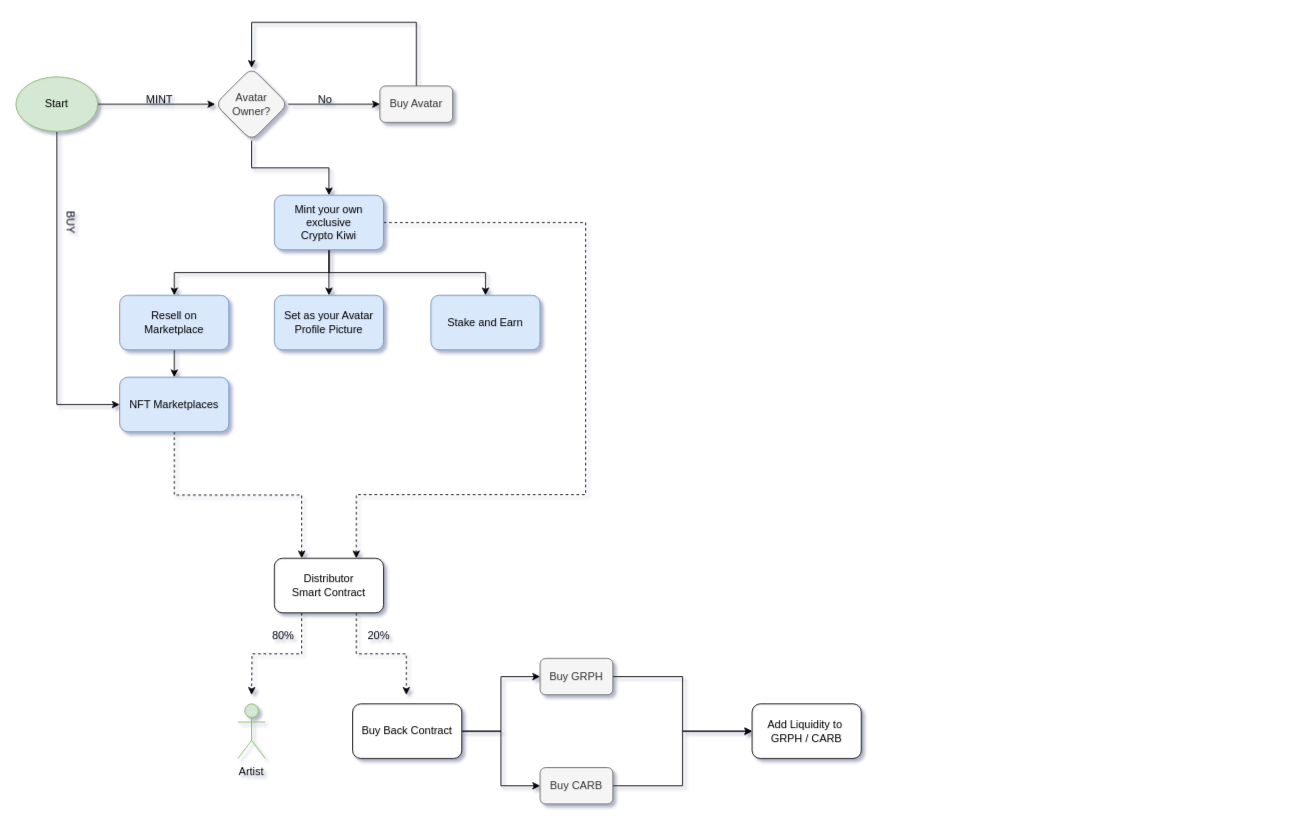
The draw.io diagram CryptoKiwis.drawio in Carbon-Labs/Diagrams, before the edit. Source tidied: cells renumbered, new cells numbered last; positions are measured from the earlier drawing's top-left corner, leaving out a move shared by most shapes. Both pictures are drawn from the tidied source at 91%, with x=0, y=0 at pixel (15, 22). Pictures stored in the file or linked from it are replaced by grey dashed boxes.
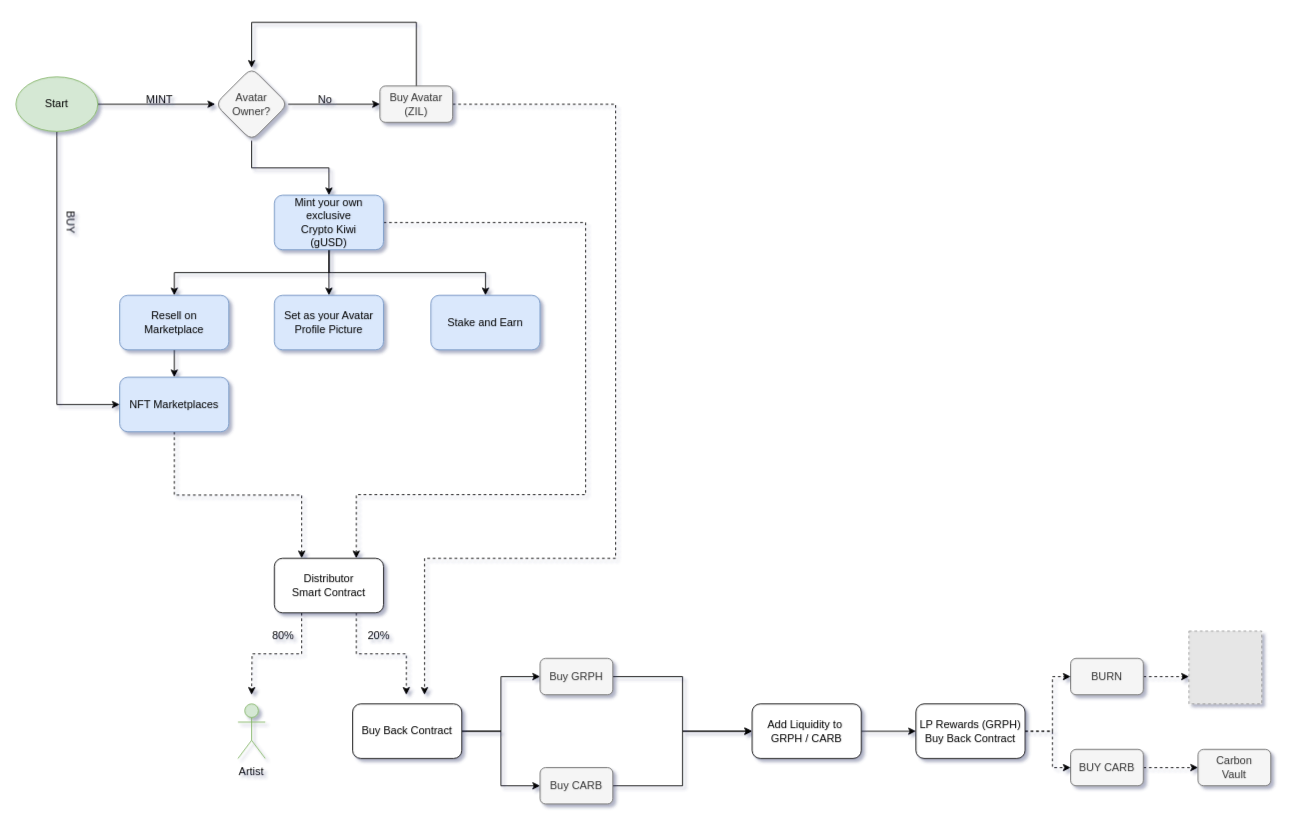
After the change.

Unchanged cells that the change refers to:
```xml
<mxCell id="38" value="Add Liquidity to&amp;nbsp;&lt;br&gt;GRPH / CARB" style="rounded=1;whiteSpace=wrap;html=1;" parent="1" vertex="1">
  <mxGeometry x="809" y="749" width="120" height="60" as="geometry" />
</mxCell>
```

The edit, as a diff of the source:
```diff
@@
+    <mxCell id="39" style="edgeStyle=orthogonalEdgeStyle;rounded=0;jettySize=auto;html=1;exitX=1;exitY=0.5;exitDx=0;exitDy=0;dashed=1;" parent="1" edge="1" source="6">
+      <mxGeometry relative="1" as="geometry">
+        <mxPoint x="449" y="739" as="targetPoint" />
+        <Array as="points">
+          <mxPoint x="659" y="90" />
+          <mxPoint x="659" y="589" />
+          <mxPoint x="449" y="589" />
+        </Array>
+      </mxGeometry>
+    </mxCell>
-    <mxCell id="6" value="Buy Avatar" style="rounded=1;whiteSpace=wrap;html=1;glass=0;fillColor=#f5f5f5;fontColor=#333333;strokeColor=#666666;" parent="1" vertex="1">
+    <mxCell id="6" value="Buy Avatar&lt;br&gt;(ZIL)" style="rounded=1;whiteSpace=wrap;html=1;glass=0;fillColor=#f5f5f5;fontColor=#333333;strokeColor=#666666;" parent="1" vertex="1">
       <mxGeometry x="400" y="70" width="80" height="40" as="geometry" />
     </mxCell>
@@
-    <mxCell id="15" value="Mint your own exclusive&lt;br&gt;Crypto Kiwi" style="rounded=1;whiteSpace=wrap;html=1;verticalAlign=middle;fillColor=#dae8fc;strokeColor=#6c8ebf;" parent="1" vertex="1">
+    <mxCell id="15" value="Mint your own exclusive&lt;br&gt;Crypto Kiwi&lt;br&gt;(gUSD)" style="rounded=1;whiteSpace=wrap;html=1;verticalAlign=middle;fillColor=#dae8fc;strokeColor=#6c8ebf;" parent="1" vertex="1">
       <mxGeometry x="284" y="190" width="120" height="60" as="geometry" />
     </mxCell>
@@
+    <mxCell id="40" style="edgeStyle=orthogonalEdgeStyle;rounded=0;jettySize=auto;html=1;exitX=1;exitY=0.5;exitDx=0;exitDy=0;entryX=0;entryY=0.5;entryDx=0;entryDy=0;" parent="1" edge="1" source="38" target="42">
+      <mxGeometry relative="1" as="geometry" />
+    </mxCell>
@@
+    <mxCell id="41" style="edgeStyle=orthogonalEdgeStyle;rounded=0;jettySize=auto;html=1;exitX=1;exitY=0.5;exitDx=0;exitDy=0;entryX=0;entryY=0.5;entryDx=0;entryDy=0;dashed=1;" parent="1" edge="1" source="42" target="48">
+      <mxGeometry relative="1" as="geometry">
+        <Array as="points">
+          <mxPoint x="1139" y="779" />
+          <mxPoint x="1139" y="819" />
+        </Array>
+      </mxGeometry>
+    </mxCell>
+    <mxCell id="42" value="LP Rewards (GRPH)&lt;br&gt;Buy Back Contract" style="rounded=1;whiteSpace=wrap;html=1;" parent="1" vertex="1">
+      <mxGeometry x="989" y="749" width="120" height="60" as="geometry" />
+    </mxCell>
+    <mxCell id="43" style="edgeStyle=orthogonalEdgeStyle;rounded=0;orthogonalLoop=1;jettySize=auto;html=1;exitX=1;exitY=0.5;exitDx=0;exitDy=0;entryX=0;entryY=0.5;entryDx=0;entryDy=0;dashed=1;" parent="1" edge="1">
+      <mxGeometry relative="1" as="geometry">
+        <mxPoint x="1109" y="779" as="sourcePoint" />
+        <mxPoint x="1159" y="719" as="targetPoint" />
+        <Array as="points">
+          <mxPoint x="1139" y="779" />
+          <mxPoint x="1139" y="719" />
+        </Array>
+      </mxGeometry>
+    </mxCell>
+    <mxCell id="44" style="edgeStyle=orthogonalEdgeStyle;rounded=0;jettySize=auto;html=1;exitX=1;exitY=0.5;exitDx=0;exitDy=0;dashed=1;entryX=0;entryY=0.5;entryDx=0;entryDy=0;" parent="1" edge="1" source="48" target="49">
+      <mxGeometry relative="1" as="geometry" />
+    </mxCell>
+    <mxCell id="45" style="edgeStyle=orthogonalEdgeStyle;rounded=0;jettySize=auto;html=1;exitX=1;exitY=0.5;exitDx=0;exitDy=0;dashed=1;" parent="1" edge="1" source="47">
+      <mxGeometry relative="1" as="geometry">
+        <mxPoint x="1289" y="719" as="targetPoint" />
+      </mxGeometry>
+    </mxCell>
+    <mxCell id="46" style="fillColor=#E6E6E6;strokeColor=#999999;dashed=1;html=1;verticalAlign=top;verticalLabelPosition=bottom;labelBackgroundColor=#ffffff;" parent="1" vertex="1">
+      <mxGeometry x="1289" y="669" width="80" height="80" as="geometry" />
+    </mxCell>
+    <mxCell id="47" value="BURN" style="rounded=1;whiteSpace=wrap;html=1;glass=0;fillColor=#f5f5f5;fontColor=#333333;strokeColor=#666666;" parent="1" vertex="1">
+      <mxGeometry x="1159" y="699" width="80" height="40" as="geometry" />
+    </mxCell>
+    <mxCell id="48" value="BUY CARB" style="rounded=1;whiteSpace=wrap;html=1;glass=0;fillColor=#f5f5f5;fontColor=#333333;strokeColor=#666666;" parent="1" vertex="1">
+      <mxGeometry x="1159" y="799" width="80" height="40" as="geometry" />
+    </mxCell>
+    <mxCell id="49" value="Carbon&lt;br&gt;Vault" style="rounded=1;whiteSpace=wrap;html=1;glass=0;fillColor=#f5f5f5;fontColor=#333333;strokeColor=#666666;" parent="1" vertex="1">
+      <mxGeometry x="1299" y="799" width="80" height="40" as="geometry" />
+    </mxCell>
```
